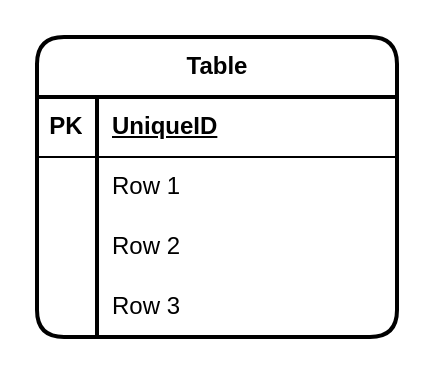
The draw.io diagram app/sql/dbSchema.drawio in livleensinghchani/ctu-website, before the edit. Source tidied: cells renumbered, new cells numbered last; positions are measured from the earlier drawing's top-left corner, leaving out a move shared by most shapes. Both pictures are drawn from the tidied source at 200%, with x=0, y=0 at pixel (36, 36).
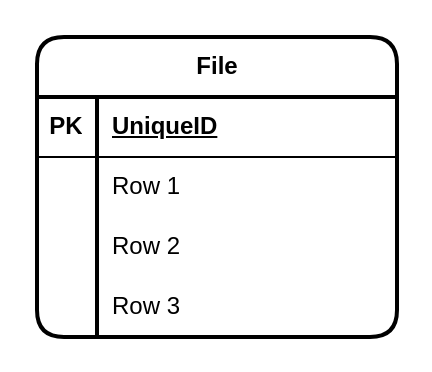
The same page after the edit.

Diff of the diagram source:
```diff
@@
 <mxGraphModel>
   <root>
     <mxCell id="0" />
     <mxCell id="1" parent="0" />
-    <mxCell id="2" value="Table" style="shape=table;startSize=30;childLayout=tableLayout;rowLines=0;fontStyle=1;align=center;html=1;rounded=1;strokeWidth=2;" parent="1" vertex="1">
+    <mxCell id="2" value="File" style="shape=table;startSize=30;childLayout=tableLayout;rowLines=0;fontStyle=1;align=center;html=1;rounded=1;strokeWidth=2;" parent="1" vertex="1">
       <mxGeometry width="180" height="150" as="geometry" />
     </mxCell>
     <mxCell id="3" style="shape=tableRow;horizontal=0;startSize=0;swimlaneHead=0;swimlaneBody=0;fillColor=none;top=0;left=0;right=0;bottom=1;" parent="2" vertex="1">
       <mxGeometry y="30" width="180" height="30" as="geometry" />
     </mxCell>
     <mxCell id="4" value="PK" style="shape=partialRectangle;fillColor=none;top=0;left=0;bottom=0;right=0;fontStyle=1;overflow=hidden;whiteSpace=wrap;html=1;" parent="3" vertex="1">
       <mxGeometry width="30" height="30" as="geometry" />
     </mxCell>
     <mxCell id="5" value="UniqueID" style="shape=partialRectangle;fillColor=none;top=0;left=0;bottom=0;right=0;align=left;spacingLeft=6;fontStyle=5;overflow=hidden;whiteSpace=wrap;html=1;" parent="3" vertex="1">
       <mxGeometry x="30" width="150" height="30" as="geometry" />
     </mxCell>
     <mxCell id="6" style="shape=tableRow;horizontal=0;startSize=0;swimlaneHead=0;swimlaneBody=0;fillColor=none;top=0;left=0;right=0;bottom=0;" parent="2" vertex="1">
       <mxGeometry y="60" width="180" height="30" as="geometry" />
     </mxCell>
     <mxCell id="7" style="shape=partialRectangle;fillColor=none;top=0;left=0;bottom=0;right=0;overflow=hidden;whiteSpace=wrap;html=1;" parent="6" vertex="1">
       <mxGeometry width="30" height="30" as="geometry" />
     </mxCell>
     <mxCell id="8" value="Row 1" style="shape=partialRectangle;fillColor=none;top=0;left=0;bottom=0;right=0;align=left;spacingLeft=6;overflow=hidden;whiteSpace=wrap;html=1;" parent="6" vertex="1">
       <mxGeometry x="30" width="150" height="30" as="geometry" />
     </mxCell>
     <mxCell id="9" style="shape=tableRow;horizontal=0;startSize=0;swimlaneHead=0;swimlaneBody=0;fillColor=none;top=0;left=0;right=0;bottom=0;" parent="2" vertex="1">
       <mxGeometry y="90" width="180" height="30" as="geometry" />
     </mxCell>
     <mxCell id="10" style="shape=partialRectangle;fillColor=none;top=0;left=0;bottom=0;right=0;overflow=hidden;whiteSpace=wrap;html=1;" parent="9" vertex="1">
       <mxGeometry width="30" height="30" as="geometry" />
     </mxCell>
     <mxCell id="11" value="Row 2" style="shape=partialRectangle;fillColor=none;top=0;left=0;bottom=0;right=0;align=left;spacingLeft=6;overflow=hidden;whiteSpace=wrap;html=1;" parent="9" vertex="1">
       <mxGeometry x="30" width="150" height="30" as="geometry" />
     </mxCell>
     <mxCell id="12" style="shape=tableRow;horizontal=0;startSize=0;swimlaneHead=0;swimlaneBody=0;fillColor=none;top=0;left=0;right=0;bottom=0;" parent="2" vertex="1">
       <mxGeometry y="120" width="180" height="30" as="geometry" />
     </mxCell>
     <mxCell id="13" style="shape=partialRectangle;fillColor=none;top=0;left=0;bottom=0;right=0;overflow=hidden;whiteSpace=wrap;html=1;" parent="12" vertex="1">
       <mxGeometry width="30" height="30" as="geometry" />
     </mxCell>
     <mxCell id="14" value="Row 3" style="shape=partialRectangle;fillColor=none;top=0;left=0;bottom=0;right=0;align=left;spacingLeft=6;overflow=hidden;whiteSpace=wrap;html=1;" parent="12" vertex="1">
       <mxGeometry x="30" width="150" height="30" as="geometry" />
     </mxCell>
   </root>
 </mxGraphModel>
```
